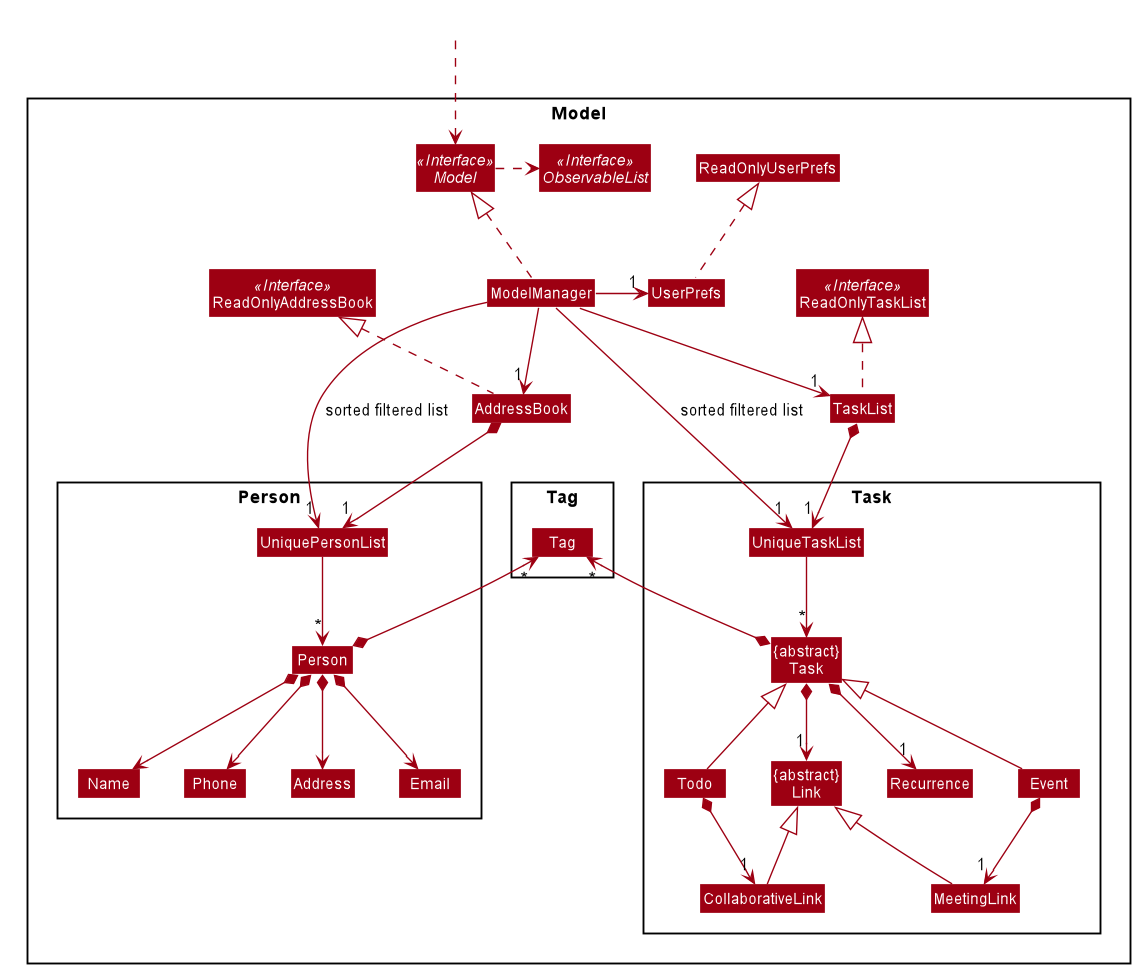
Above: docs/images/UpdatedModelClassDiagram.png in urieltan/tp (PlantUML), before the change. Its diagram source:
```plantuml
@startuml








skinparam BackgroundColor #FFFFFFF

skinparam Shadowing false

skinparam Class {
    FontColor #FFFFFF
    BorderThickness 1
    BorderColor #FFFFFF
    StereotypeFontColor #FFFFFF
    FontName Arial
}

skinparam Actor {
    BorderColor #000000
    Color #000000
    FontName Arial
}

skinparam Sequence {
    MessageAlign center
    BoxFontSize 15
    BoxPadding 0
    BoxFontColor #FFFFFF
    FontName Arial
}

skinparam Participant {
    FontColor #FFFFFFF
    Padding 20
}

skinparam MinClassWidth 50
skinparam ParticipantPadding 10
skinparam Shadowing false
skinparam DefaultTextAlignment center
skinparam packageStyle Rectangle

hide footbox
hide members
hide circle
skinparam arrowThickness 1.1
skinparam arrowColor #9D0012
skinparam classBackgroundColor #9D0012

Package Model <<Rectangle>>{
Interface ReadOnlyAddressBook <<Interface>>
Interface Model <<Interface>>
Interface ObservableList <<Interface>>
Class AddressBook
Class ReadOnlyAddressBook
Class TaskList
Class ReadOnlyTaskList <<Interface>>
Class ModelManager
Class UserPrefs
Class ReadOnlyUserPrefs

Package Person {
Class Person
Class Address
Class Email
Class Name
Class Phone
Class UniquePersonList
}

Package Tag {
Class Tag
}

Package Task {
Class "{abstract}\nTask"
Class Todo
Class Event
Class Recurrence
Class UniqueTaskList
Class Recurrence
Class "{abstract}\nLink"
Class MeetingLink
Class CollaborativeLink

}
}

Class HiddenOutside #FFFFFF
HiddenOutside ..> Model

AddressBook .up.|> ReadOnlyAddressBook
TaskList .up.|> ReadOnlyTaskList

ModelManager .up.|> Model
ModelManager -left->"1" UniquePersonList : sorted filtered list
ModelManager -right->"1" UniqueTaskList : sorted filtered list
Model .right.> ObservableList
ModelManager --> "1" AddressBook
ModelManager --> "1" TaskList
ModelManager -left-> "1" UserPrefs
UserPrefs .up.|> ReadOnlyUserPrefs


AddressBook *--> "1" UniquePersonList
UniquePersonList --> "*" Person
Person *--> Name
Person *--> Phone
Person *--> Email
Person *--> Address



Tag "*"<--* "{abstract}\nTask"
Tag "*"<--* Person

TaskList *--> "1" UniqueTaskList
Event *--> "1" MeetingLink
Todo *--> "1" CollaborativeLink
"{abstract}\nTask" <|-- Todo
"{abstract}\nTask" <|-- Event
"{abstract}\nLink" <|-- CollaborativeLink
"{abstract}\nLink" <|-- MeetingLink
UniqueTaskList --> "*" "{abstract}\nTask"
"{abstract}\nTask" *--> "1" "{abstract}\nLink"
"{abstract}\nTask" *--> "1" Recurrence



Name -[hidden]right-> Phone
Phone -[hidden]right-> Address
Address -[hidden]right-> Email




@enduml
```
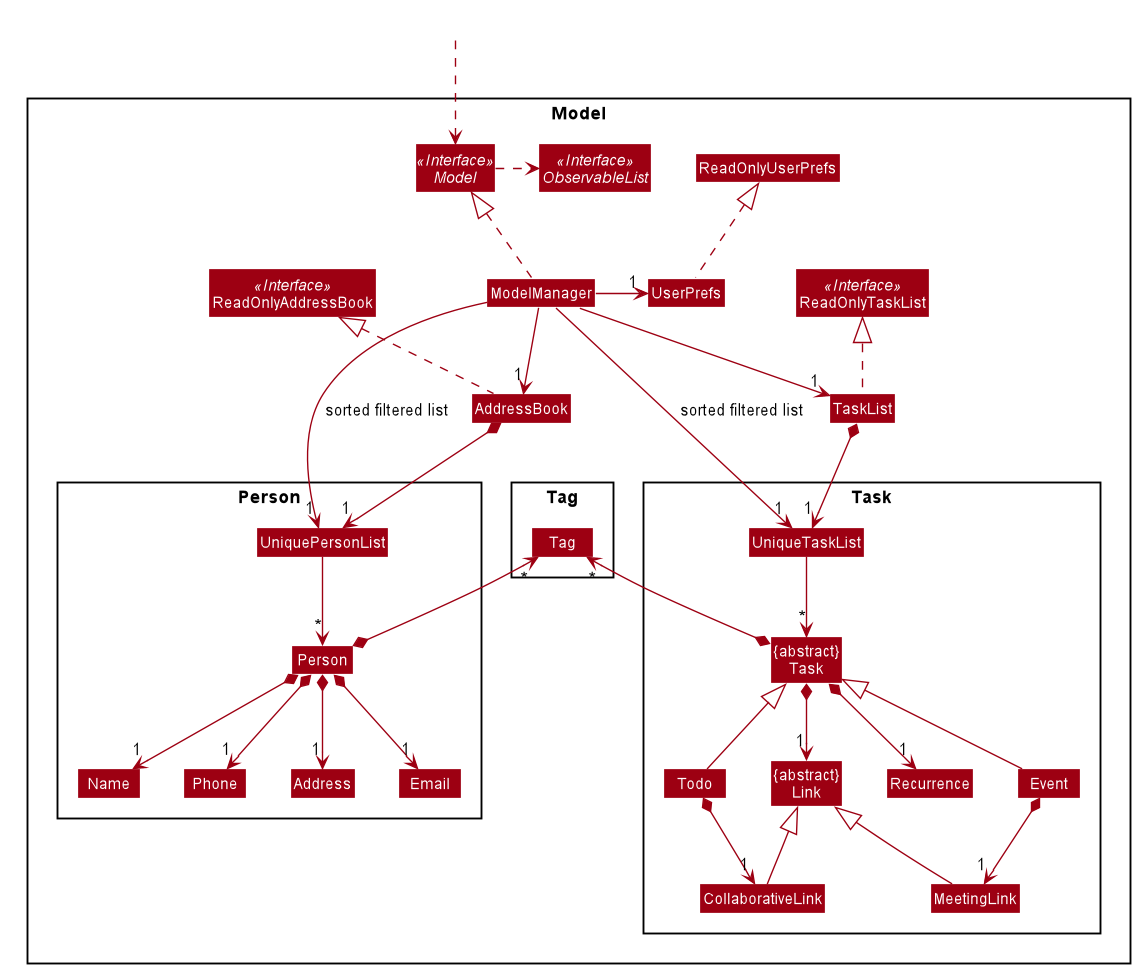
Later version of the same file.

Commit message:
Update developer guide Add MSS for sorting of tasks and contacts Edit model architecture diagram

The edit, as a diff of the source:
```diff
@@ -108,10 +108,10 @@
 
 AddressBook *--> "1" UniquePersonList
 UniquePersonList --> "*" Person
-Person *--> Name
-Person *--> Phone
-Person *--> Email
-Person *--> Address
+Person *--> "1"Name
+Person *--> "1"Phone
+Person *--> "1"Email
+Person *--> "1"Address
 
 
 
```
